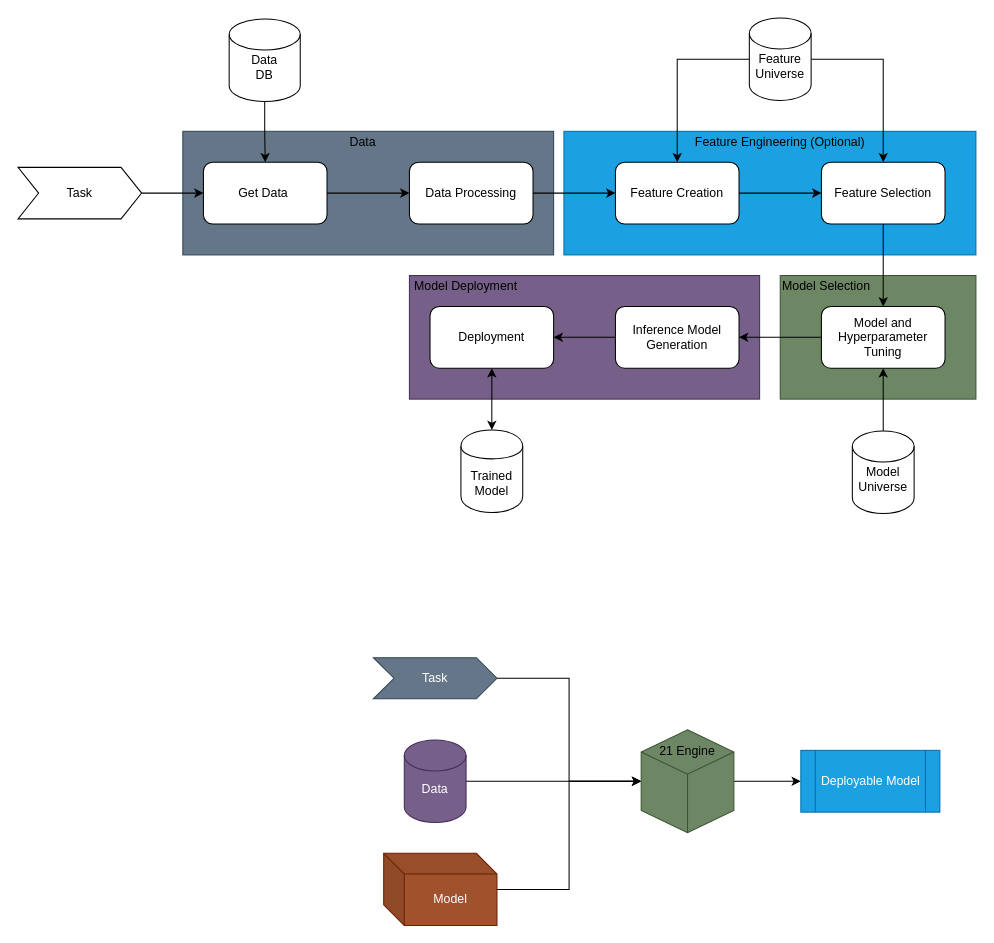
Above: page "Top" (1 of 6) of docs/21_architecture.drawio in curl-tech/twentyone (draw.io), before the change. Source tidied: cells renumbered, new cells numbered last; positions are measured from the earlier drawing's top-left corner, leaving out a move shared by most shapes. Both pictures are drawn from the tidied source at 103%, with x=0, y=0 at pixel (18, 18).
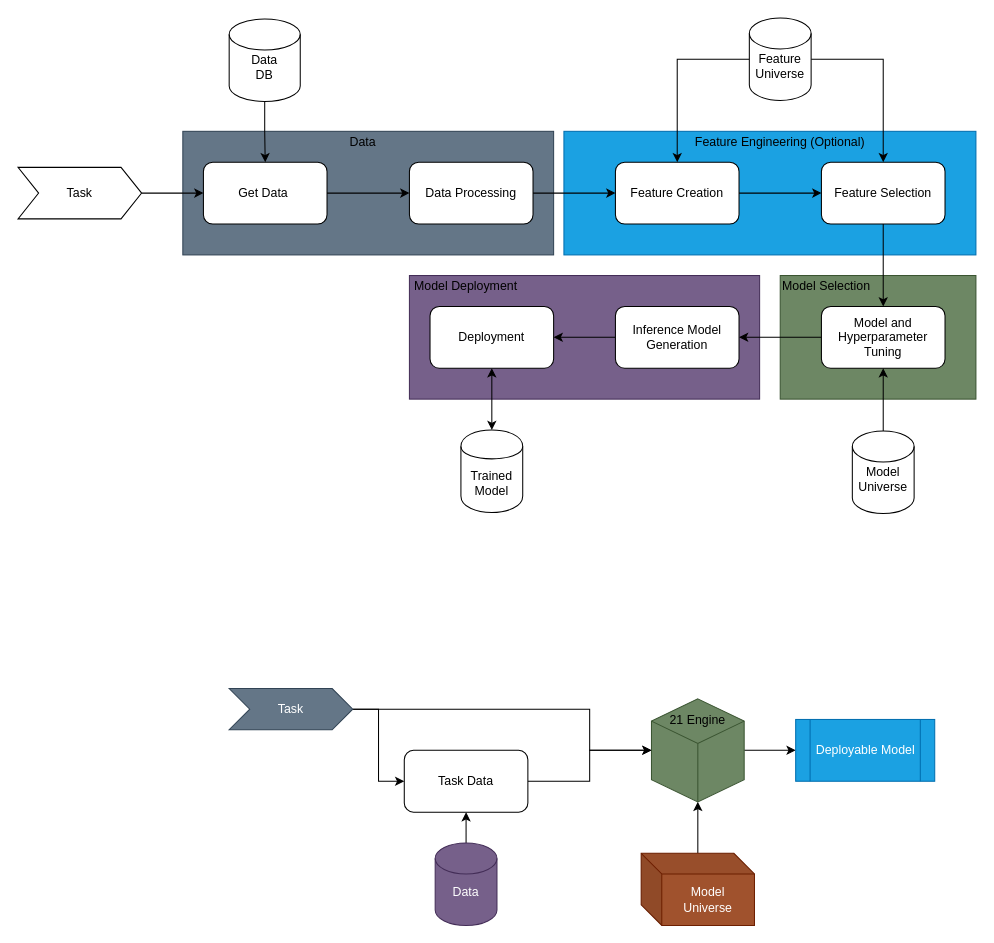
The same page after the edit.

What changed in the source:
```diff
@@
-    <mxCell id="34" style="edgeStyle=orthogonalEdgeStyle;rounded=0;jettySize=auto;html=1;entryX=0;entryY=0.5;entryDx=0;entryDy=0;entryPerimeter=0;startArrow=none;startFill=0;" parent="1" edge="1" source="35" target="41">
-      <mxGeometry relative="1" as="geometry" />
-    </mxCell>
+    <mxCell id="44" style="edgeStyle=orthogonalEdgeStyle;rounded=0;jettySize=auto;html=1;entryX=0;entryY=0.5;entryDx=0;entryDy=0;" parent="1" edge="1" source="35" target="51">
+      <mxGeometry relative="1" as="geometry" />
+    </mxCell>
+    <mxCell id="45" style="edgeStyle=orthogonalEdgeStyle;rounded=0;jettySize=auto;html=1;entryX=0;entryY=0.5;entryDx=0;entryDy=0;entryPerimeter=0;" parent="1" edge="1" source="35" target="49">
+      <mxGeometry relative="1" as="geometry">
+        <Array as="points">
+          <mxPoint x="555" y="671" />
+          <mxPoint x="555" y="711" />
+        </Array>
+      </mxGeometry>
+    </mxCell>
     <mxCell id="35" value="Task" style="shape=step;perimeter=stepPerimeter;whiteSpace=wrap;html=1;fixedSize=1;fillColor=#647687;strokeColor=#314354;fontColor=#ffffff;" parent="1" vertex="1">
-      <mxGeometry x="345" y="621" width="120" height="40" as="geometry" />
+      <mxGeometry x="205" y="651" width="120" height="40" as="geometry" />
     </mxCell>
-    <mxCell id="36" style="edgeStyle=orthogonalEdgeStyle;rounded=0;jettySize=auto;html=1;entryX=0;entryY=0.5;entryDx=0;entryDy=0;entryPerimeter=0;startArrow=none;startFill=0;" parent="1" edge="1" source="37" target="41">
-      <mxGeometry relative="1" as="geometry" />
-    </mxCell>
+    <mxCell id="46" style="edgeStyle=orthogonalEdgeStyle;rounded=0;jettySize=auto;html=1;entryX=0.5;entryY=1;entryDx=0;entryDy=0;" parent="1" edge="1" source="37" target="51">
+      <mxGeometry relative="1" as="geometry" />
+    </mxCell>
     <mxCell id="37" value="&lt;br&gt;Data" style="shape=cylinder2;whiteSpace=wrap;html=1;boundedLbl=1;backgroundOutline=1;size=15;fillColor=#76608a;strokeColor=#432D57;fontColor=#ffffff;" parent="1" vertex="1">
-      <mxGeometry x="375" y="701" width="60" height="80" as="geometry" />
+      <mxGeometry x="405" y="801" width="60" height="80" as="geometry" />
     </mxCell>
-    <mxCell id="38" style="edgeStyle=orthogonalEdgeStyle;rounded=0;jettySize=auto;html=1;entryX=0;entryY=0.5;entryDx=0;entryDy=0;entryPerimeter=0;startArrow=none;startFill=0;" parent="1" edge="1" source="39" target="41">
-      <mxGeometry relative="1" as="geometry" />
-    </mxCell>
+    <mxCell id="47" style="edgeStyle=orthogonalEdgeStyle;rounded=0;jettySize=auto;html=1;entryX=0.5;entryY=1;entryDx=0;entryDy=0;entryPerimeter=0;" parent="1" edge="1" source="39" target="49">
+      <mxGeometry relative="1" as="geometry" />
+    </mxCell>
-    <mxCell id="39" value="Model" style="shape=cube;whiteSpace=wrap;html=1;boundedLbl=1;backgroundOutline=1;darkOpacity=0.05;darkOpacity2=0.1;fillColor=#a0522d;strokeColor=#6D1F00;fontColor=#ffffff;" parent="1" vertex="1">
-      <mxGeometry x="355" y="811" width="110" height="70" as="geometry" />
+    <mxCell id="39" value="Model &lt;br&gt;Universe" style="shape=cube;whiteSpace=wrap;html=1;boundedLbl=1;backgroundOutline=1;darkOpacity=0.05;darkOpacity2=0.1;fillColor=#a0522d;strokeColor=#6D1F00;fontColor=#ffffff;" parent="1" vertex="1">
+      <mxGeometry x="605" y="811" width="110" height="70" as="geometry" />
     </mxCell>
-    <mxCell id="40" style="edgeStyle=orthogonalEdgeStyle;rounded=0;jettySize=auto;html=1;startArrow=none;startFill=0;" parent="1" edge="1" source="41" target="43">
+    <mxCell id="40" style="edgeStyle=orthogonalEdgeStyle;rounded=0;jettySize=auto;html=1;startArrow=none;startFill=0;exitX=1;exitY=0.5;exitDx=0;exitDy=0;exitPerimeter=0;" parent="1" edge="1" source="49" target="43">
       <mxGeometry relative="1" as="geometry" />
     </mxCell>
-    <mxCell id="41" style="html=1;whiteSpace=wrap;shape=isoCube2;backgroundOutline=1;isoAngle=15;align=left;fillColor=#6d8764;strokeColor=#3A5431;fontColor=#ffffff;" parent="1" vertex="1">
-      <mxGeometry x="605" y="691" width="90" height="100" as="geometry" />
-    </mxCell>
+    <mxCell id="43" value="Deployable Model" style="shape=process;whiteSpace=wrap;html=1;backgroundOutline=1;align=center;fillColor=#1ba1e2;strokeColor=#006EAF;fontColor=#ffffff;" parent="1" vertex="1">
+      <mxGeometry x="755" y="681" width="135" height="60" as="geometry" />
+    </mxCell>
+    <mxCell id="48" style="group;" parent="1" vertex="1">
+      <mxGeometry x="615" y="661" width="90" height="100" as="geometry" />
+    </mxCell>
+    <mxCell id="49" style="html=1;whiteSpace=wrap;shape=isoCube2;backgroundOutline=1;isoAngle=15;align=left;fillColor=#6d8764;strokeColor=#3A5431;fontColor=#ffffff;" parent="48" vertex="1">
+      <mxGeometry width="90" height="100" as="geometry" />
+    </mxCell>
-    <mxCell id="42" value="21 Engine" style="text;html=1;strokeColor=none;fillColor=none;align=center;verticalAlign=middle;whiteSpace=wrap;rounded=0;" parent="1" vertex="1">
-      <mxGeometry x="615" y="697" width="70" height="30" as="geometry" />
+    <mxCell id="42" value="21 Engine" style="text;html=1;strokeColor=none;fillColor=none;align=center;verticalAlign=middle;whiteSpace=wrap;rounded=0;" parent="48" vertex="1">
+      <mxGeometry x="10" y="6" width="70" height="30" as="geometry" />
     </mxCell>
-    <mxCell id="43" value="Deployable Model" style="shape=process;whiteSpace=wrap;html=1;backgroundOutline=1;align=center;fillColor=#1ba1e2;strokeColor=#006EAF;fontColor=#ffffff;" parent="1" vertex="1">
-      <mxGeometry x="760" y="711" width="135" height="60" as="geometry" />
-    </mxCell>
+    <mxCell id="50" style="edgeStyle=orthogonalEdgeStyle;rounded=0;jettySize=auto;html=1;entryX=0;entryY=0.5;entryDx=0;entryDy=0;entryPerimeter=0;" parent="1" edge="1" source="51" target="49">
+      <mxGeometry relative="1" as="geometry" />
+    </mxCell>
+    <mxCell id="51" value="Task Data" style="whiteSpace=wrap;html=1;rounded=1;" parent="1" vertex="1">
+      <mxGeometry x="375" y="711" width="120" height="60" as="geometry" />
+    </mxCell>
```
